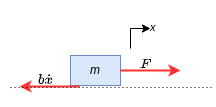
Above: colabImages/Tutorial1/Tutorial1_FBD.drawio.png in sasupe/DIY-Controls (draw.io), before the change. Source tidied: cells renumbered, new cells last; positions are measured from the earlier drawing's top-left corner, leaving out a move shared by most shapes.
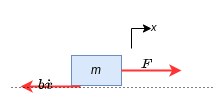
Later version of the same file.

The edit, as a diff of the source:
```diff
@@ -32,8 +32,8 @@
         <mxPoint x="214" y="87" as="targetPoint" />
       </mxGeometry>
     </mxCell>
-    <mxCell id="7" value="&lt;span style=&quot;text-align: left;&quot;&gt;$$b\dot{x}$$&lt;br&gt;&lt;/span&gt;" style="text;html=1;align=center;verticalAlign=middle;strokeColor=none;fillColor=none;shadow=0;" parent="1" vertex="1">
-      <mxGeometry y="65" width="90" height="30" as="geometry" />
+    <mxCell id="7" value="&lt;span style=&quot;text-align: left;&quot;&gt;$$b\dot{x}$$&lt;br&gt;&lt;/span&gt;" style="text;html=1;align=center;verticalAlign=middle;strokeColor=none;fillColor=none;shadow=0;rounded=0;" parent="1" vertex="1">
+      <mxGeometry x="-1" y="70" width="90" height="30" as="geometry" />
     </mxCell>
     <mxCell id="8" value="&lt;span style=&quot;color: rgba(0, 0, 0, 0); font-family: monospace; font-size: 0px; text-align: start;&quot;&gt;%3CmxGraphModel%3E%3Croot%3E%3CmxCell%20id%3D%220%22%2F%3E%3CmxCell%20id%3D%221%22%20parent%3D%220%22%2F%3E%3CmxCell%20id%3D%222%22%20value%3D%22%26lt%3Bspan%20style%3D%26quot%3Btext-align%3A%20left%3B%26quot%3B%26gt%3B%24%24b%5Cdot%7Bx%7D%24%24%26lt%3Bbr%26gt%3B%26lt%3B%2Fspan%26gt%3B%22%20style%3D%22text%3Bhtml%3D1%3Balign%3Dcenter%3BverticalAlign%3Dmiddle%3Bresizable%3D0%3Bpoints%3D%5B%5D%3Bautosize%3D1%3BstrokeColor%3Dnone%3BfillColor%3Dnone%3B%22%20vertex%3D%221%22%20parent%3D%221%22%3E%3CmxGeometry%20x%3D%22315%22%20y%3D%22277%22%20width%3D%2290%22%20height%3D%2230%22%20as%3D%22geometry%22%2F%3E%3C%2FmxCell%3E%3C%2Froot%3E%3C%2FmxGraphModel%3E&lt;/span&gt;" style="text;html=1;align=center;verticalAlign=middle;strokeColor=none;fillColor=none;" parent="1" vertex="1">
       <mxGeometry x="60" width="20" height="30" as="geometry" />
```
